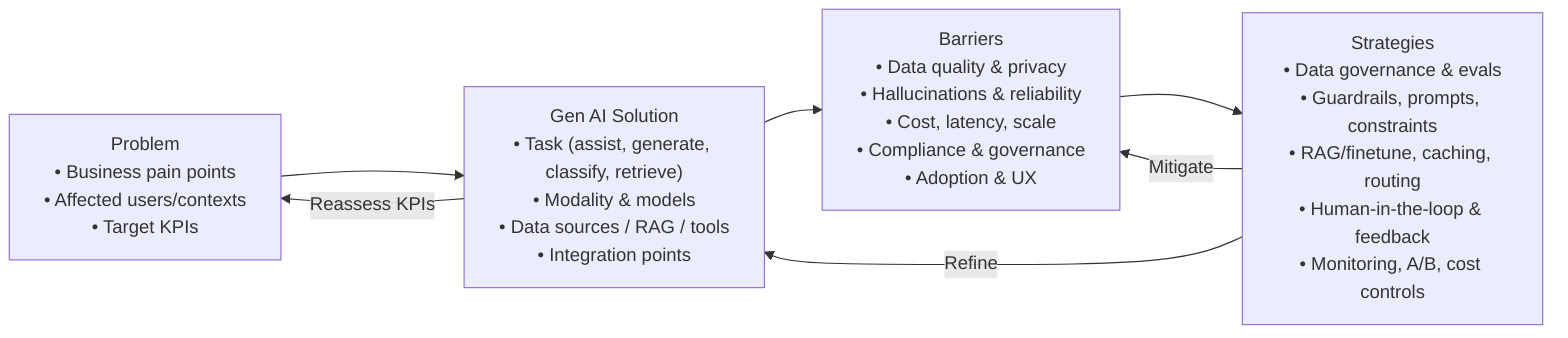
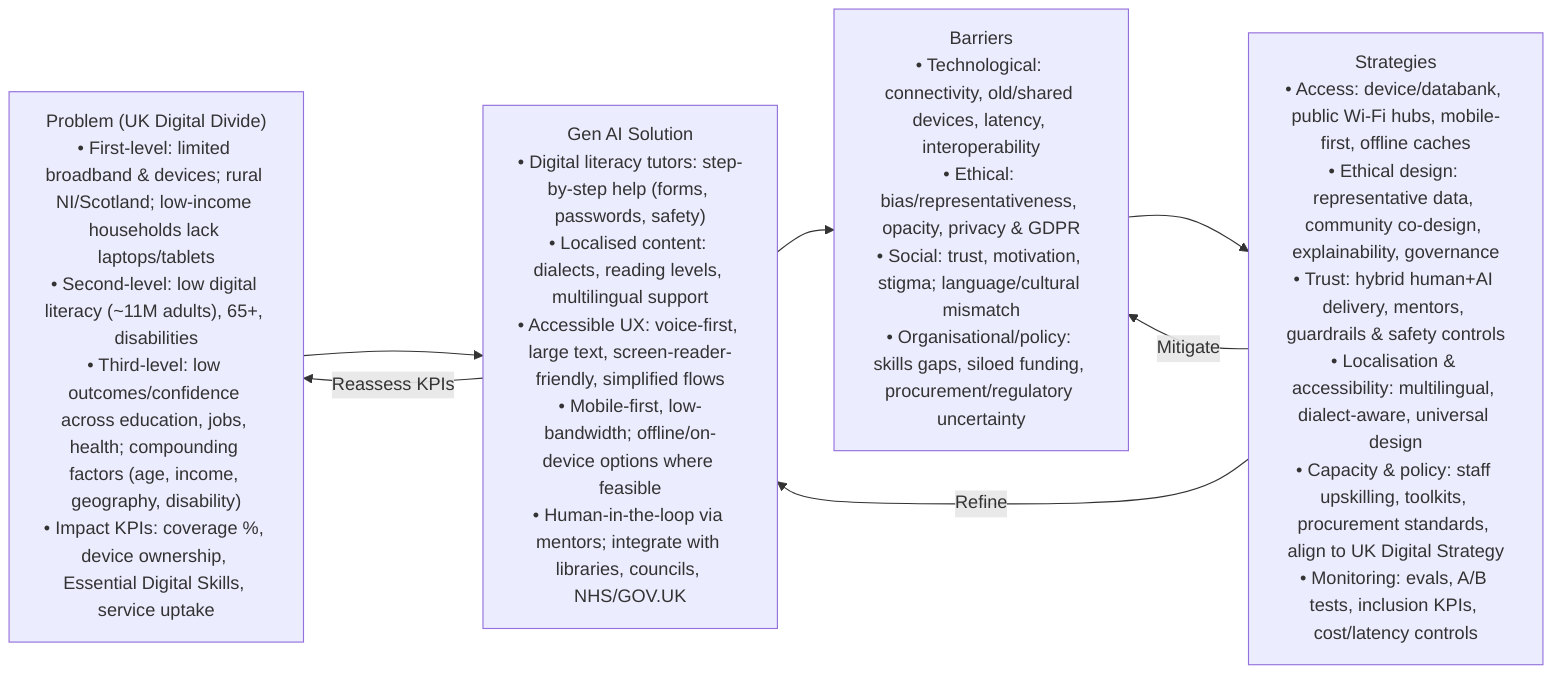
flowchart LR
-   P["Problem\n• Business pain points\n• Affected users/contexts\n• Target KPIs"]
-   G["Gen AI Solution\n• Task (assist, generate, classify, retrieve)\n• Modality & models\n• Data sources / RAG / tools\n• Integration points"]
-   B["Barriers\n• Data quality & privacy\n• Hallucinations & reliability\n• Cost, latency, scale\n• Compliance & governance\n• Adoption & UX"]
-   S["Strategies\n• Data governance & evals\n• Guardrails, prompts, constraints\n• RAG/finetune, caching, routing\n• Human-in-the-loop & feedback\n• Monitoring, A/B, cost controls"]
+   P["Problem (UK Digital Divide)\n• First-level: limited broadband & devices; rural NI/Scotland; low-income households lack laptops/tablets\n• Second-level: low digital literacy (~11M adults), 65+, disabilities\n• Third-level: low outcomes/confidence across education, jobs, health; compounding factors (age, income, geography, disability)\n• Impact KPIs: coverage %, device ownership, Essential Digital Skills, service uptake"]
+   G["Gen AI Solution\n• Digital literacy tutors: step-by-step help (forms, passwords, safety)\n• Localised content: dialects, reading levels, multilingual support\n• Accessible UX: voice-first, large text, screen-reader-friendly, simplified flows\n• Mobile-first, low-bandwidth; offline/on-device options where feasible\n• Human-in-the-loop via mentors; integrate with libraries, councils, NHS/GOV.UK"]
+   B["Barriers\n• Technological: connectivity, old/shared devices, latency, interoperability\n• Ethical: bias/representativeness, opacity, privacy & GDPR\n• Social: trust, motivation, stigma; language/cultural mismatch\n• Organisational/policy: skills gaps, siloed funding, procurement/regulatory uncertainty"]
+   S["Strategies\n• Access: device/databank, public Wi‑Fi hubs, mobile-first, offline caches\n• Ethical design: representative data, community co-design, explainability, governance\n• Trust: hybrid human+AI delivery, mentors, guardrails & safety controls\n• Localisation & accessibility: multilingual, dialect-aware, universal design\n• Capacity & policy: staff upskilling, toolkits, procurement standards, align to UK Digital Strategy\n• Monitoring: evals, A/B tests, inclusion KPIs, cost/latency controls"]

  P --> G --> B --> S

  S -- "Mitigate" --> B
  S -- "Refine" --> G
  G -- "Reassess KPIs" --> P

